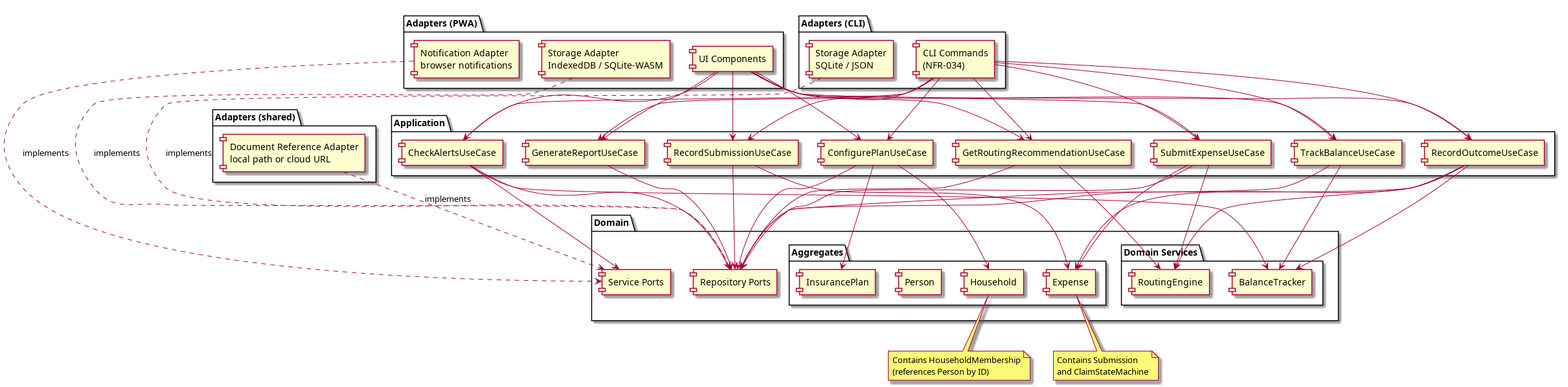
The PlantUML diagram docs/02-solution/diagrams/components.png in hallb/coordinate, before a commit. Source of this version:
```plantuml
@startuml diagrams/components
skinparam componentStyle rectangle

package "Adapters (PWA)" as adaptersPwa {
    [UI Components]
    [Storage Adapter\nIndexedDB / SQLite-WASM]
    [Notification Adapter\nbrowser notifications]
}

package "Adapters (CLI)" as adaptersCli {
    [CLI Commands\n(NFR-034)]
    [Storage Adapter\nSQLite / JSON]
}

package "Adapters (shared)" as adaptersShared {
    [Document Reference Adapter\nlocal path or cloud URL]
}

package "Application" as application {
    [SubmitExpenseUseCase]
    [RecordSubmissionUseCase]
    [RecordOutcomeUseCase]
    [GetRoutingRecommendationUseCase]
    [ConfigurePlanUseCase]
    [TrackBalanceUseCase]
    [GenerateReportUseCase]
    [CheckAlertsUseCase]
}

package "Domain" as domain {
    package "Aggregates" as aggregates {
        [Expense] as expense
        [InsurancePlan] as plan
        [Person] as person
        [Household] as household
    }
    package "Domain Services" as domainServices {
        [RoutingEngine]
        [BalanceTracker]
    }
    [Repository Ports]
    [Service Ports]
}

note bottom of expense : Contains Submission\nand ClaimStateMachine
note bottom of household : Contains HouseholdMembership\n(references Person by ID)

[UI Components] --> [SubmitExpenseUseCase]
[UI Components] --> [RecordSubmissionUseCase]
[UI Components] --> [RecordOutcomeUseCase]
[UI Components] --> [GetRoutingRecommendationUseCase]
[UI Components] --> [ConfigurePlanUseCase]
[UI Components] --> [TrackBalanceUseCase]
[UI Components] --> [GenerateReportUseCase]
[UI Components] --> [CheckAlertsUseCase]

[CLI Commands\n(NFR-034)] --> [SubmitExpenseUseCase]
[CLI Commands\n(NFR-034)] --> [RecordSubmissionUseCase]
[CLI Commands\n(NFR-034)] --> [RecordOutcomeUseCase]
[CLI Commands\n(NFR-034)] --> [GetRoutingRecommendationUseCase]
[CLI Commands\n(NFR-034)] --> [ConfigurePlanUseCase]
[CLI Commands\n(NFR-034)] --> [TrackBalanceUseCase]
[CLI Commands\n(NFR-034)] --> [GenerateReportUseCase]
[CLI Commands\n(NFR-034)] --> [CheckAlertsUseCase]

[SubmitExpenseUseCase] --> expense
[SubmitExpenseUseCase] --> [RoutingEngine]
[SubmitExpenseUseCase] --> [Repository Ports]
[RecordSubmissionUseCase] --> expense
[RecordSubmissionUseCase] --> [Repository Ports]
[RecordOutcomeUseCase] --> expense
[RecordOutcomeUseCase] --> [RoutingEngine]
[RecordOutcomeUseCase] --> [BalanceTracker]
[RecordOutcomeUseCase] --> [Repository Ports]
[GetRoutingRecommendationUseCase] --> [RoutingEngine]
[GetRoutingRecommendationUseCase] --> [Repository Ports]
[ConfigurePlanUseCase] --> plan
[ConfigurePlanUseCase] --> household
[ConfigurePlanUseCase] --> [Repository Ports]
[TrackBalanceUseCase] --> [BalanceTracker]
[TrackBalanceUseCase] --> [Repository Ports]
[GenerateReportUseCase] --> [Repository Ports]
[CheckAlertsUseCase] --> [BalanceTracker]
[CheckAlertsUseCase] --> [Repository Ports]
[CheckAlertsUseCase] --> [Service Ports]

[Storage Adapter\nIndexedDB / SQLite-WASM] ..> [Repository Ports] : implements
[Storage Adapter\nSQLite / JSON] ..> [Repository Ports] : implements
[Document Reference Adapter\nlocal path or cloud URL] ..> [Service Ports] : implements
[Notification Adapter\nbrowser notifications] ..> [Service Ports] : implements
@enduml
```
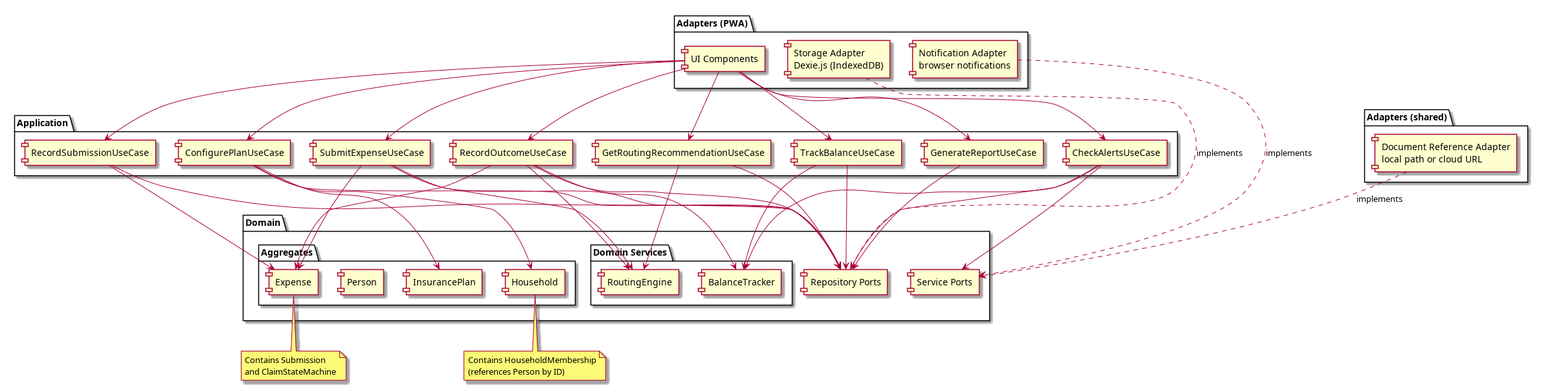
After the change.

The edit, as a diff of the source:
```diff
@@ -3,13 +3,8 @@
 
 package "Adapters (PWA)" as adaptersPwa {
     [UI Components]
-    [Storage Adapter\nIndexedDB / SQLite-WASM]
+    [Storage Adapter\nDexie.js (IndexedDB)]
     [Notification Adapter\nbrowser notifications]
-}
-
-package "Adapters (CLI)" as adaptersCli {
-    [CLI Commands\n(NFR-034)]
-    [Storage Adapter\nSQLite / JSON]
 }
 
 package "Adapters (shared)" as adaptersShared {
@@ -54,15 +49,6 @@
 [UI Components] --> [GenerateReportUseCase]
 [UI Components] --> [CheckAlertsUseCase]
 
-[CLI Commands\n(NFR-034)] --> [SubmitExpenseUseCase]
-[CLI Commands\n(NFR-034)] --> [RecordSubmissionUseCase]
-[CLI Commands\n(NFR-034)] --> [RecordOutcomeUseCase]
-[CLI Commands\n(NFR-034)] --> [GetRoutingRecommendationUseCase]
-[CLI Commands\n(NFR-034)] --> [ConfigurePlanUseCase]
-[CLI Commands\n(NFR-034)] --> [TrackBalanceUseCase]
-[CLI Commands\n(NFR-034)] --> [GenerateReportUseCase]
-[CLI Commands\n(NFR-034)] --> [CheckAlertsUseCase]
-
 [SubmitExpenseUseCase] --> expense
 [SubmitExpenseUseCase] --> [RoutingEngine]
 [SubmitExpenseUseCase] --> [Repository Ports]
@@ -84,8 +70,7 @@
 [CheckAlertsUseCase] --> [Repository Ports]
 [CheckAlertsUseCase] --> [Service Ports]
 
-[Storage Adapter\nIndexedDB / SQLite-WASM] ..> [Repository Ports] : implements
-[Storage Adapter\nSQLite / JSON] ..> [Repository Ports] : implements
+[Storage Adapter\nDexie.js (IndexedDB)] ..> [Repository Ports] : implements
 [Document Reference Adapter\nlocal path or cloud URL] ..> [Service Ports] : implements
 [Notification Adapter\nbrowser notifications] ..> [Service Ports] : implements
 @enduml
```
